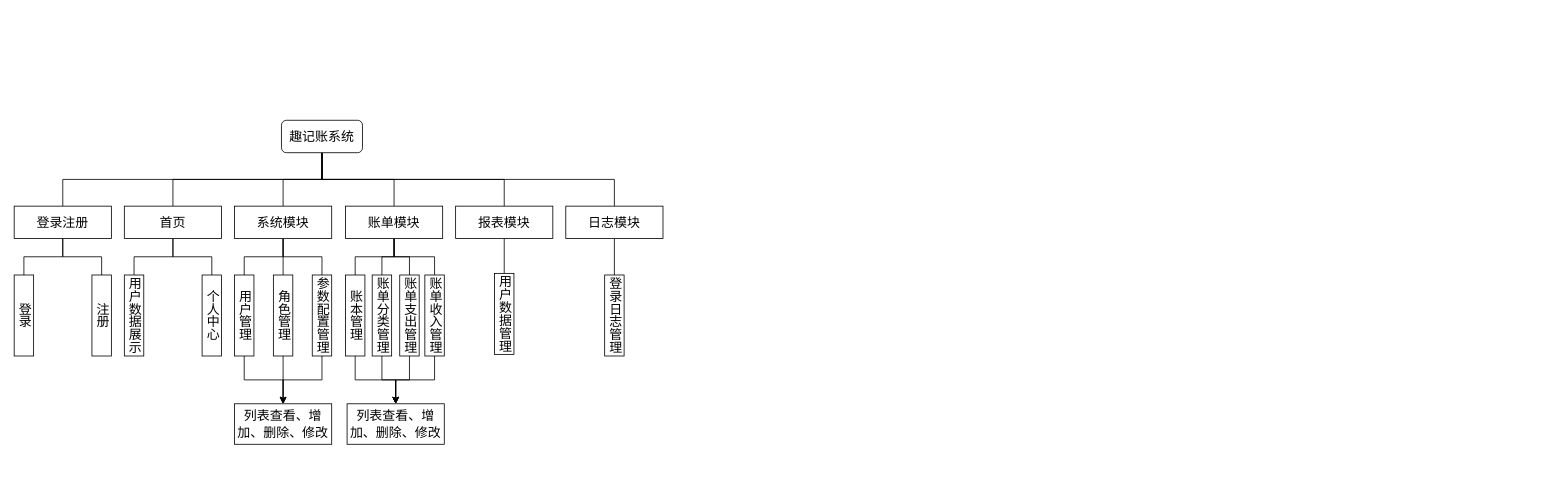
mynxg/draw-io-to-github keeps this draw.io diagram as page "系统功能模块图" (8 of 8) of lottery-note/fun-bill-依赖关系.drawio. Above is the earlier version. Source tidied: cells renumbered, new cells numbered last; positions are measured from the earlier drawing's top-left corner, leaving out a move shared by most shapes. Both pictures are drawn from the tidied source at 81%, with x=0, y=0 at pixel (14, 120).
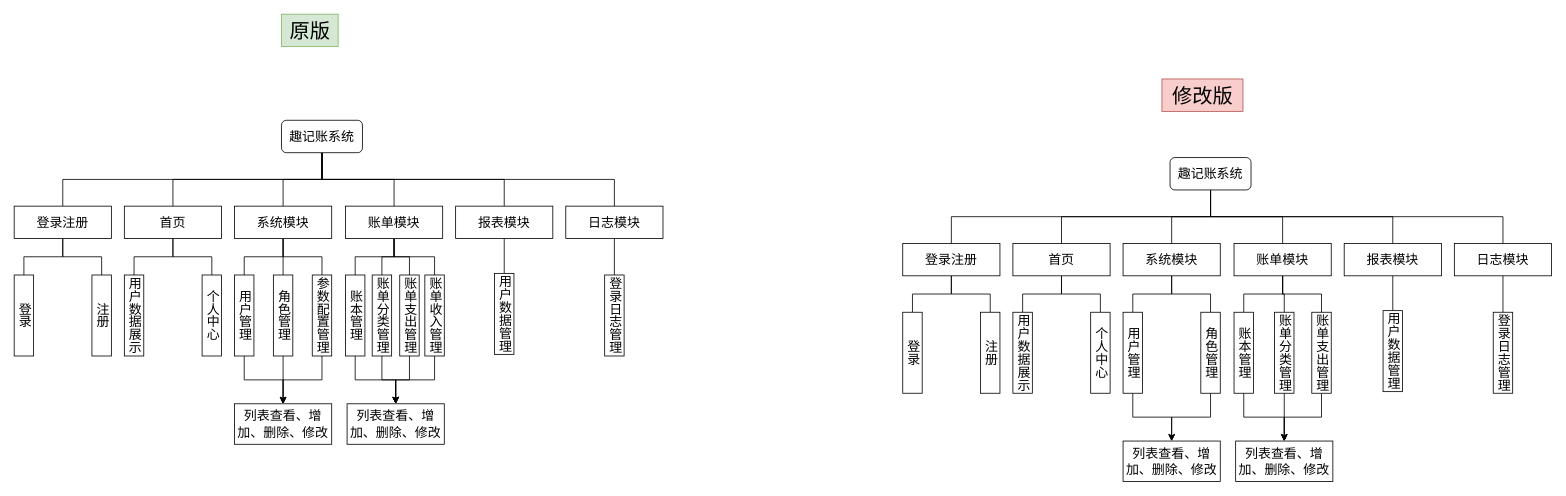
Above is the later version.

Commit message (it also covers changes not shown here):
更新fun-bill-依赖关系.drawio

Change to the diagram source:
```diff
@@
+    <mxCell id="50" style="edgeStyle=orthogonalEdgeStyle;rounded=0;jettySize=auto;html=1;exitX=0.5;exitY=1;exitDx=0;exitDy=0;entryX=0.5;entryY=0;entryDx=0;entryDy=0;endArrow=none;endFill=0;" parent="1" edge="1" source="56" target="59">
+      <mxGeometry relative="1" as="geometry" />
+    </mxCell>
+    <mxCell id="51" style="edgeStyle=orthogonalEdgeStyle;rounded=0;jettySize=auto;html=1;exitX=0.5;exitY=1;exitDx=0;exitDy=0;endArrow=none;endFill=0;" parent="1" edge="1" source="56" target="62">
+      <mxGeometry relative="1" as="geometry" />
+    </mxCell>
+    <mxCell id="52" style="edgeStyle=orthogonalEdgeStyle;rounded=0;jettySize=auto;html=1;exitX=0.5;exitY=1;exitDx=0;exitDy=0;endArrow=none;endFill=0;" parent="1" edge="1" source="56" target="65">
+      <mxGeometry relative="1" as="geometry" />
+    </mxCell>
+    <mxCell id="53" style="edgeStyle=orthogonalEdgeStyle;rounded=0;jettySize=auto;html=1;exitX=0.5;exitY=1;exitDx=0;exitDy=0;endArrow=none;endFill=0;" parent="1" edge="1" source="56" target="69">
+      <mxGeometry relative="1" as="geometry" />
+    </mxCell>
+    <mxCell id="54" style="edgeStyle=orthogonalEdgeStyle;rounded=0;jettySize=auto;html=1;exitX=0.5;exitY=1;exitDx=0;exitDy=0;entryX=0.5;entryY=0;entryDx=0;entryDy=0;endArrow=none;endFill=0;" parent="1" edge="1" source="56" target="71">
+      <mxGeometry relative="1" as="geometry" />
+    </mxCell>
+    <mxCell id="55" style="edgeStyle=orthogonalEdgeStyle;rounded=0;jettySize=auto;html=1;exitX=0.5;exitY=1;exitDx=0;exitDy=0;entryX=0.5;entryY=0;entryDx=0;entryDy=0;endArrow=none;endFill=0;" parent="1" edge="1" source="56" target="73">
+      <mxGeometry relative="1" as="geometry" />
+    </mxCell>
+    <mxCell id="56" value="趣记账系统" style="rounded=1;whiteSpace=wrap;html=1;fontSize=16;fontFamily=宋体;" parent="1" vertex="1">
+      <mxGeometry x="1427" y="46" width="100" height="40" as="geometry" />
+    </mxCell>
+    <mxCell id="57" style="edgeStyle=orthogonalEdgeStyle;rounded=0;jettySize=auto;html=1;exitX=0.5;exitY=1;exitDx=0;exitDy=0;entryX=0.5;entryY=0;entryDx=0;entryDy=0;endArrow=none;endFill=0;" parent="1" edge="1" source="59" target="76">
+      <mxGeometry relative="1" as="geometry" />
+    </mxCell>
+    <mxCell id="58" style="edgeStyle=orthogonalEdgeStyle;rounded=0;jettySize=auto;html=1;exitX=0.5;exitY=1;exitDx=0;exitDy=0;entryX=0.5;entryY=0;entryDx=0;entryDy=0;endArrow=none;endFill=0;" parent="1" edge="1" source="59" target="77">
+      <mxGeometry relative="1" as="geometry" />
+    </mxCell>
+    <mxCell id="59" value="登录注册" style="rounded=0;whiteSpace=wrap;html=1;fontSize=16;fontFamily=宋体;" parent="1" vertex="1">
+      <mxGeometry x="1097" y="152" width="120" height="40" as="geometry" />
+    </mxCell>
+    <mxCell id="60" style="edgeStyle=orthogonalEdgeStyle;rounded=0;jettySize=auto;html=1;exitX=0.5;exitY=1;exitDx=0;exitDy=0;entryX=0.5;entryY=0;entryDx=0;entryDy=0;endArrow=none;endFill=0;" parent="1" edge="1" source="62" target="78">
+      <mxGeometry relative="1" as="geometry" />
+    </mxCell>
+    <mxCell id="61" style="edgeStyle=orthogonalEdgeStyle;rounded=0;jettySize=auto;html=1;exitX=0.5;exitY=1;exitDx=0;exitDy=0;entryX=0.5;entryY=0;entryDx=0;entryDy=0;endArrow=none;endFill=0;" parent="1" edge="1" source="62" target="79">
+      <mxGeometry relative="1" as="geometry" />
+    </mxCell>
+    <mxCell id="62" value="首页" style="rounded=0;whiteSpace=wrap;html=1;fontSize=16;fontFamily=宋体;" parent="1" vertex="1">
+      <mxGeometry x="1233" y="152" width="120" height="40" as="geometry" />
+    </mxCell>
+    <mxCell id="63" style="edgeStyle=orthogonalEdgeStyle;rounded=0;jettySize=auto;html=1;exitX=0.5;exitY=1;exitDx=0;exitDy=0;entryX=0.5;entryY=0;entryDx=0;entryDy=0;endArrow=none;endFill=0;" parent="1" edge="1" source="65" target="75">
+      <mxGeometry relative="1" as="geometry" />
+    </mxCell>
+    <mxCell id="64" style="edgeStyle=orthogonalEdgeStyle;rounded=0;jettySize=auto;html=1;exitX=0.5;exitY=1;exitDx=0;exitDy=0;entryX=0.5;entryY=0;entryDx=0;entryDy=0;endArrow=none;endFill=0;" parent="1" edge="1" source="65" target="81">
+      <mxGeometry relative="1" as="geometry" />
+    </mxCell>
+    <mxCell id="65" value="系统模块" style="rounded=0;whiteSpace=wrap;html=1;fontSize=16;fontFamily=宋体;" parent="1" vertex="1">
+      <mxGeometry x="1369" y="152" width="120" height="40" as="geometry" />
+    </mxCell>
+    <mxCell id="66" style="edgeStyle=orthogonalEdgeStyle;rounded=0;jettySize=auto;html=1;exitX=0.5;exitY=1;exitDx=0;exitDy=0;entryX=0.5;entryY=0;entryDx=0;entryDy=0;endArrow=none;endFill=0;" parent="1" edge="1" source="69" target="83">
+      <mxGeometry relative="1" as="geometry" />
+    </mxCell>
+    <mxCell id="67" style="edgeStyle=orthogonalEdgeStyle;rounded=0;jettySize=auto;html=1;exitX=0.5;exitY=1;exitDx=0;exitDy=0;entryX=0.5;entryY=0;entryDx=0;entryDy=0;endArrow=none;endFill=0;" parent="1" edge="1" source="69" target="85">
+      <mxGeometry relative="1" as="geometry" />
+    </mxCell>
+    <mxCell id="68" style="edgeStyle=orthogonalEdgeStyle;rounded=0;jettySize=auto;html=1;exitX=0.5;exitY=1;exitDx=0;exitDy=0;entryX=0.5;entryY=0;entryDx=0;entryDy=0;endArrow=none;endFill=0;" parent="1" edge="1" source="69" target="87">
+      <mxGeometry relative="1" as="geometry" />
+    </mxCell>
+    <mxCell id="69" value="账单模块" style="rounded=0;whiteSpace=wrap;html=1;fontSize=16;fontFamily=宋体;" parent="1" vertex="1">
+      <mxGeometry x="1506" y="152" width="120" height="40" as="geometry" />
+    </mxCell>
+    <mxCell id="70" style="edgeStyle=orthogonalEdgeStyle;rounded=0;jettySize=auto;html=1;exitX=0.5;exitY=1;exitDx=0;exitDy=0;entryX=0.5;entryY=0;entryDx=0;entryDy=0;endArrow=none;endFill=0;" parent="1" edge="1" source="71" target="88">
+      <mxGeometry relative="1" as="geometry" />
+    </mxCell>
+    <mxCell id="71" value="报表模块" style="rounded=0;whiteSpace=wrap;html=1;fontSize=16;fontFamily=宋体;" parent="1" vertex="1">
+      <mxGeometry x="1642" y="152" width="120" height="40" as="geometry" />
+    </mxCell>
+    <mxCell id="72" style="edgeStyle=orthogonalEdgeStyle;rounded=0;jettySize=auto;html=1;exitX=0.5;exitY=1;exitDx=0;exitDy=0;entryX=0.5;entryY=0;entryDx=0;entryDy=0;endArrow=none;endFill=0;" parent="1" edge="1" source="73" target="89">
+      <mxGeometry relative="1" as="geometry" />
+    </mxCell>
+    <mxCell id="73" value="日志模块" style="rounded=0;whiteSpace=wrap;html=1;fontSize=16;fontFamily=宋体;" parent="1" vertex="1">
+      <mxGeometry x="1778" y="152" width="120" height="40" as="geometry" />
+    </mxCell>
+    <mxCell id="74" style="edgeStyle=orthogonalEdgeStyle;rounded=0;jettySize=auto;html=1;exitX=0.5;exitY=1;exitDx=0;exitDy=0;entryX=0.5;entryY=0;entryDx=0;entryDy=0;" parent="1" edge="1" source="75" target="90">
+      <mxGeometry relative="1" as="geometry" />
+    </mxCell>
+    <mxCell id="75" value="用户管理" style="rounded=0;whiteSpace=wrap;html=1;textDirection=vertical-lr;fontSize=16;fontFamily=宋体;" parent="1" vertex="1">
+      <mxGeometry x="1369" y="237" width="24" height="100" as="geometry" />
+    </mxCell>
+    <mxCell id="76" value="登录" style="rounded=0;whiteSpace=wrap;html=1;textDirection=vertical-lr;fontSize=16;fontFamily=宋体;" parent="1" vertex="1">
+      <mxGeometry x="1097" y="237" width="24" height="100" as="geometry" />
+    </mxCell>
+    <mxCell id="77" value="注册" style="rounded=0;whiteSpace=wrap;html=1;textDirection=vertical-lr;fontSize=16;fontFamily=宋体;" parent="1" vertex="1">
+      <mxGeometry x="1193" y="237" width="24" height="100" as="geometry" />
+    </mxCell>
+    <mxCell id="78" value="用户数据展示" style="rounded=0;whiteSpace=wrap;html=1;textDirection=vertical-lr;fontSize=16;fontFamily=宋体;" parent="1" vertex="1">
+      <mxGeometry x="1233" y="237" width="24" height="100" as="geometry" />
+    </mxCell>
+    <mxCell id="79" value="个人中心" style="rounded=0;whiteSpace=wrap;html=1;textDirection=vertical-lr;fontSize=16;fontFamily=宋体;" parent="1" vertex="1">
+      <mxGeometry x="1329" y="237" width="24" height="100" as="geometry" />
+    </mxCell>
+    <mxCell id="80" style="edgeStyle=orthogonalEdgeStyle;rounded=0;jettySize=auto;html=1;exitX=0.5;exitY=1;exitDx=0;exitDy=0;entryX=0.5;entryY=0;entryDx=0;entryDy=0;" parent="1" edge="1" source="81" target="90">
+      <mxGeometry relative="1" as="geometry" />
+    </mxCell>
+    <mxCell id="81" value="角色管理" style="rounded=0;whiteSpace=wrap;html=1;textDirection=vertical-lr;fontSize=16;fontFamily=宋体;" parent="1" vertex="1">
+      <mxGeometry x="1465" y="237" width="24" height="100" as="geometry" />
+    </mxCell>
+    <mxCell id="82" style="edgeStyle=orthogonalEdgeStyle;rounded=0;jettySize=auto;html=1;exitX=0.5;exitY=1;exitDx=0;exitDy=0;entryX=0.5;entryY=0;entryDx=0;entryDy=0;" parent="1" edge="1" source="83" target="91">
+      <mxGeometry relative="1" as="geometry" />
+    </mxCell>
+    <mxCell id="83" value="账本管理" style="rounded=0;whiteSpace=wrap;html=1;textDirection=vertical-lr;fontSize=16;fontFamily=宋体;" parent="1" vertex="1">
+      <mxGeometry x="1506" y="237" width="24" height="100" as="geometry" />
+    </mxCell>
+    <mxCell id="84" style="edgeStyle=orthogonalEdgeStyle;rounded=0;jettySize=auto;html=1;exitX=0.5;exitY=1;exitDx=0;exitDy=0;entryX=0.5;entryY=0;entryDx=0;entryDy=0;" parent="1" edge="1" source="85" target="91">
+      <mxGeometry relative="1" as="geometry" />
+    </mxCell>
+    <mxCell id="85" value="账单分类管理" style="rounded=0;whiteSpace=wrap;html=1;textDirection=vertical-lr;fontSize=16;fontFamily=宋体;" parent="1" vertex="1">
+      <mxGeometry x="1556" y="237" width="24" height="100" as="geometry" />
+    </mxCell>
+    <mxCell id="86" style="edgeStyle=orthogonalEdgeStyle;rounded=0;jettySize=auto;html=1;exitX=0.5;exitY=1;exitDx=0;exitDy=0;entryX=0.5;entryY=0;entryDx=0;entryDy=0;" parent="1" edge="1" source="87" target="91">
+      <mxGeometry relative="1" as="geometry" />
+    </mxCell>
+    <mxCell id="87" value="账单支出管理" style="rounded=0;whiteSpace=wrap;html=1;textDirection=vertical-lr;fontSize=16;fontFamily=宋体;" parent="1" vertex="1">
+      <mxGeometry x="1602" y="237" width="24" height="100" as="geometry" />
+    </mxCell>
+    <mxCell id="88" value="用户数据管理" style="rounded=0;whiteSpace=wrap;html=1;textDirection=vertical-lr;fontSize=16;fontFamily=宋体;" parent="1" vertex="1">
+      <mxGeometry x="1690" y="235" width="24" height="100" as="geometry" />
+    </mxCell>
+    <mxCell id="89" value="登录日志管理" style="rounded=0;whiteSpace=wrap;html=1;textDirection=vertical-lr;fontSize=16;fontFamily=宋体;" parent="1" vertex="1">
+      <mxGeometry x="1826" y="237" width="24" height="100" as="geometry" />
+    </mxCell>
+    <mxCell id="90" value="列表查看、增加、删除、修改" style="rounded=0;whiteSpace=wrap;html=1;fontSize=16;fontFamily=宋体;" parent="1" vertex="1">
+      <mxGeometry x="1369" y="396" width="120" height="50" as="geometry" />
+    </mxCell>
+    <mxCell id="91" value="列表查看、增加、删除、修改" style="rounded=0;whiteSpace=wrap;html=1;fontSize=16;fontFamily=宋体;" parent="1" vertex="1">
+      <mxGeometry x="1508" y="396" width="120" height="50" as="geometry" />
+    </mxCell>
+    <mxCell id="92" value="原版" style="text;html=1;align=center;verticalAlign=middle;strokeColor=#82b366;fillColor=#d5e8d4;fontSize=25;" parent="1" vertex="1">
+      <mxGeometry x="330" y="-131" width="70" height="40" as="geometry" />
+    </mxCell>
+    <mxCell id="93" value="修改版" style="text;html=1;align=center;verticalAlign=middle;strokeColor=#b85450;fillColor=#f8cecc;fontSize=25;" parent="1" vertex="1">
+      <mxGeometry x="1417" y="-51" width="100" height="40" as="geometry" />
+    </mxCell>
```
